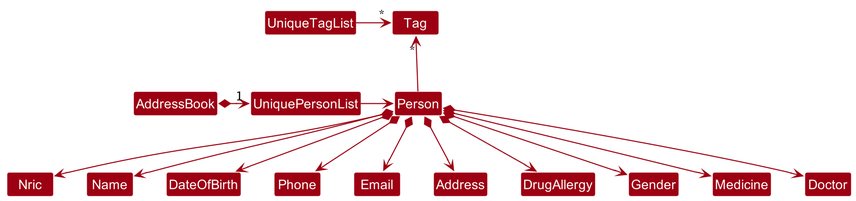
The PlantUML diagram docs/images/BetterNricModelClassDiagram.png in nus-cs2103-AY2223S2/tp, before a commit. Its source is kept beside it as docs/diagrams/BetterNricModelClassDiagram.puml. Source of this version:
```plantuml
@startuml
!include style.puml
skinparam arrowThickness 1.1
skinparam arrowColor MODEL_COLOR
skinparam classBackgroundColor MODEL_COLOR

AddressBook *-right-> "1" UniquePersonList
UniqueTagList -[hidden]down- UniquePersonList

UniqueTagList -right-> "*" Tag
UniquePersonList -right-> Person

Person -up-> "*" Tag

Person *--> Nric
Person *--> Name
Person *--> DateOfBirth
Person *--> Phone
Person *--> Email
Person *--> Address
Person *--> DrugAllergy
Person *--> Gender
Person *--> Medicine
Person *--> Doctor
@enduml
```
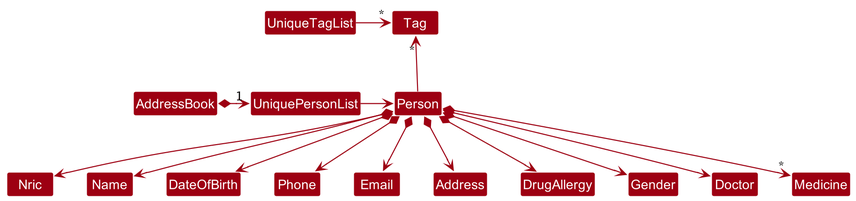
Above is the later version.

Diff of the diagram source:
```diff
@@ -20,6 +20,6 @@
 Person *--> Address
 Person *--> DrugAllergy
 Person *--> Gender
-Person *--> Medicine
 Person *--> Doctor
+Person *--> "*" Medicine
 @enduml
```
